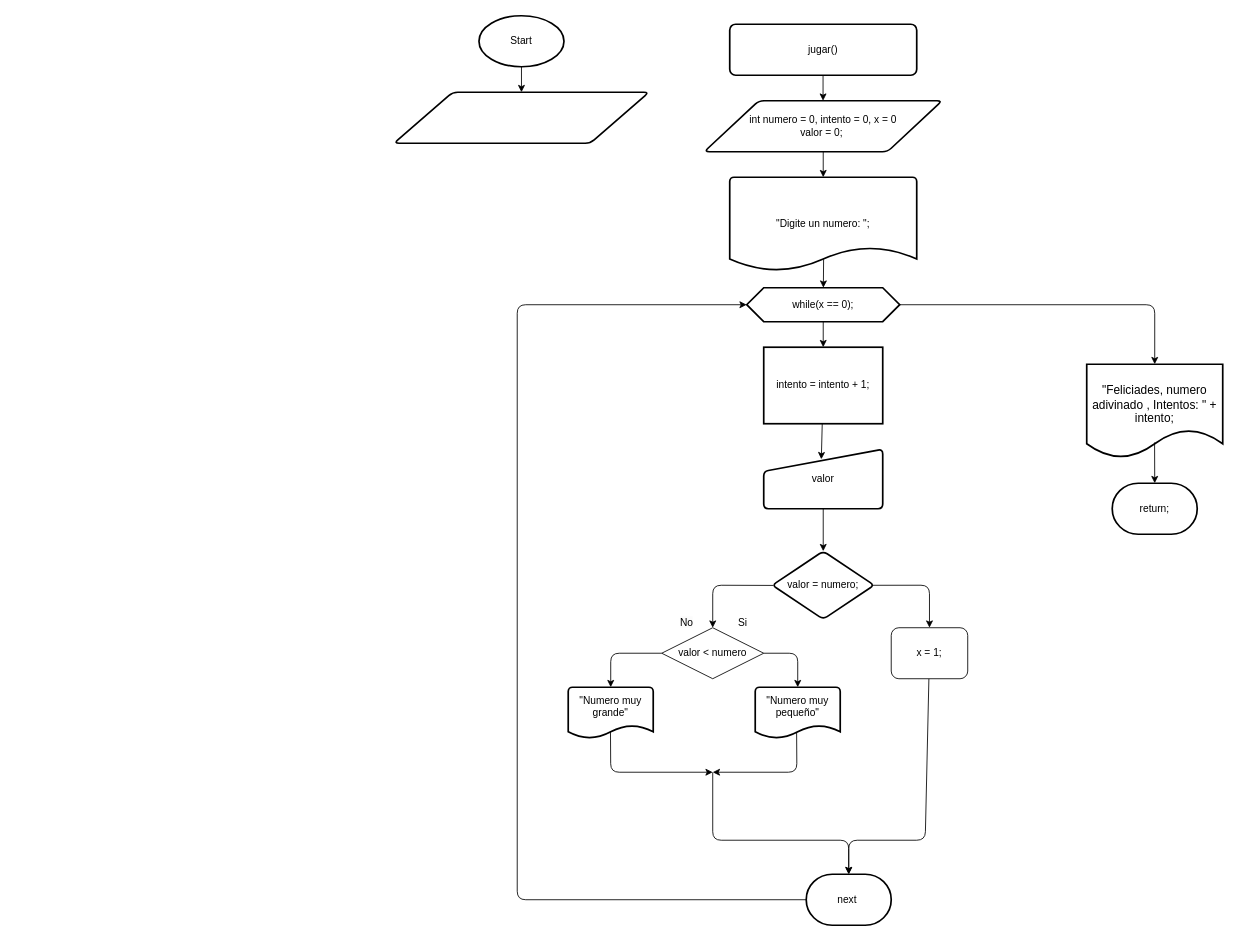
Above: NumeroAleatorio.drawio in AnthonyLozadaAlexander/DiagramaDeFlujos (draw.io), before the change. Source tidied: cells renumbered, new cells numbered last; positions are measured from the earlier drawing's top-left corner, leaving out a move shared by most shapes. Both pictures are drawn from the tidied source at 85%, with x=0, y=0 at pixel (394, 15).
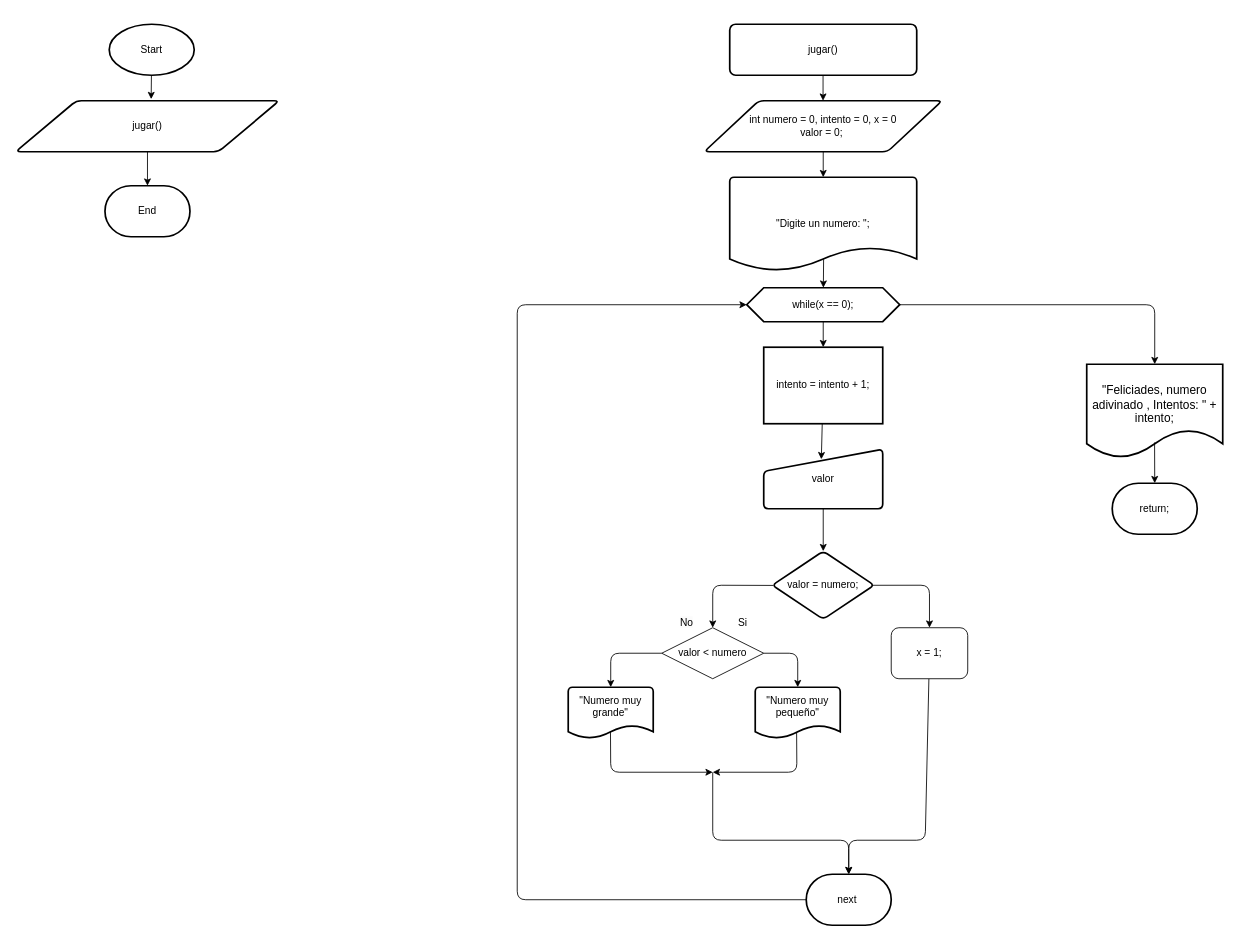
Above is the later version.

Commit message:
Actualizar diagrama de flujo del método de números aleatorios para corregir posiciones y agregar un nodo de fin.

What changed in the source:
```diff
@@
-    <mxCell id="2" style="edgeStyle=none;html=1;entryX=0.5;entryY=0;entryDx=0;entryDy=0;" parent="1" edge="1" source="3" target="4">
+    <mxCell id="2" style="edgeStyle=none;html=1;entryX=0.514;entryY=-0.031;entryDx=0;entryDy=0;entryPerimeter=0;" parent="1" edge="1" source="3" target="4">
       <mxGeometry relative="1" as="geometry" />
     </mxCell>
     <mxCell id="3" value="Start" style="strokeWidth=2;html=1;shape=mxgraph.flowchart.start_1;whiteSpace=wrap;" parent="1" vertex="1">
-      <mxGeometry x="100" width="100" height="60" as="geometry" />
+      <mxGeometry x="-335" y="10" width="100" height="60" as="geometry" />
     </mxCell>
-    <mxCell id="4" style="shape=parallelogram;html=1;strokeWidth=2;perimeter=parallelogramPerimeter;whiteSpace=wrap;rounded=1;arcSize=12;size=0.23;" parent="1" vertex="1">
-      <mxGeometry y="90" width="300" height="60" as="geometry" />
+    <mxCell id="4" value="jugar()" style="shape=parallelogram;html=1;strokeWidth=2;perimeter=parallelogramPerimeter;whiteSpace=wrap;rounded=1;arcSize=12;size=0.23;" parent="1" vertex="1">
+      <mxGeometry x="-445" y="100" width="310" height="60" as="geometry" />
     </mxCell>
@@
+    <mxCell id="38" value="End" style="strokeWidth=2;html=1;shape=mxgraph.flowchart.terminator;whiteSpace=wrap;" parent="1" vertex="1">
+      <mxGeometry x="-340" y="200" width="100" height="60" as="geometry" />
+    </mxCell>
+    <mxCell id="39" style="edgeStyle=none;html=1;entryX=0.5;entryY=0;entryDx=0;entryDy=0;entryPerimeter=0;" parent="1" edge="1" source="4" target="38">
+      <mxGeometry relative="1" as="geometry" />
+    </mxCell>
```
